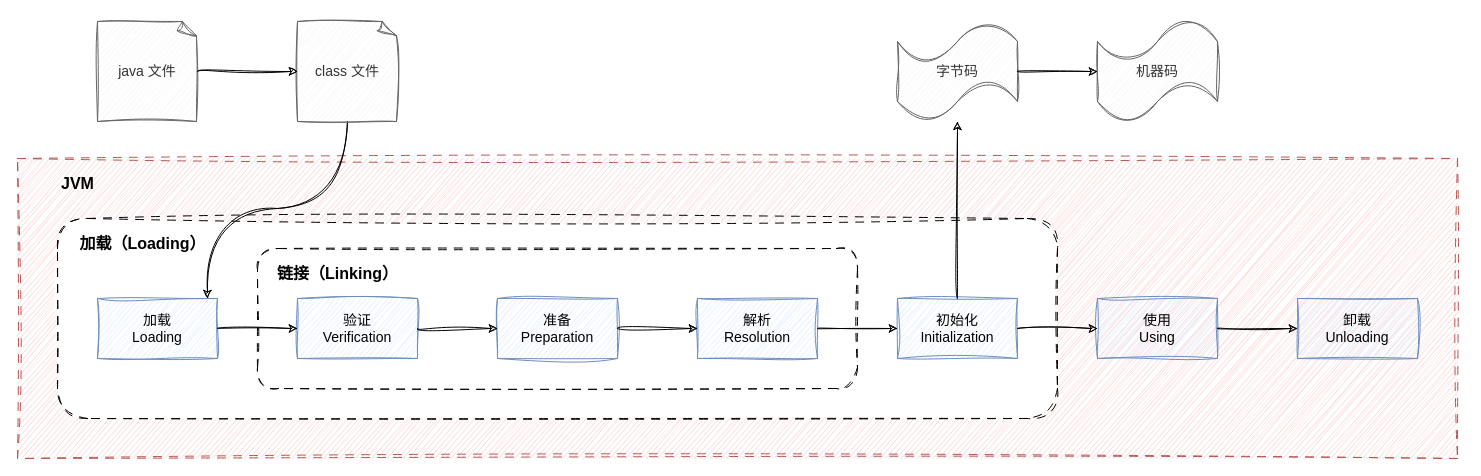
dunwu/waterdrop keeps this draw.io diagram as page "类的生命周期" (5 of 6) of assets/Java/JavaCore/Java虚拟机.drawio. Above is the earlier version. Source tidied: cells renumbered, new cells numbered last; positions are measured from the earlier drawing's top-left corner, leaving out a move shared by most shapes. Both pictures are drawn from the tidied source at 100%, with x=0, y=0 at pixel (17, 21).
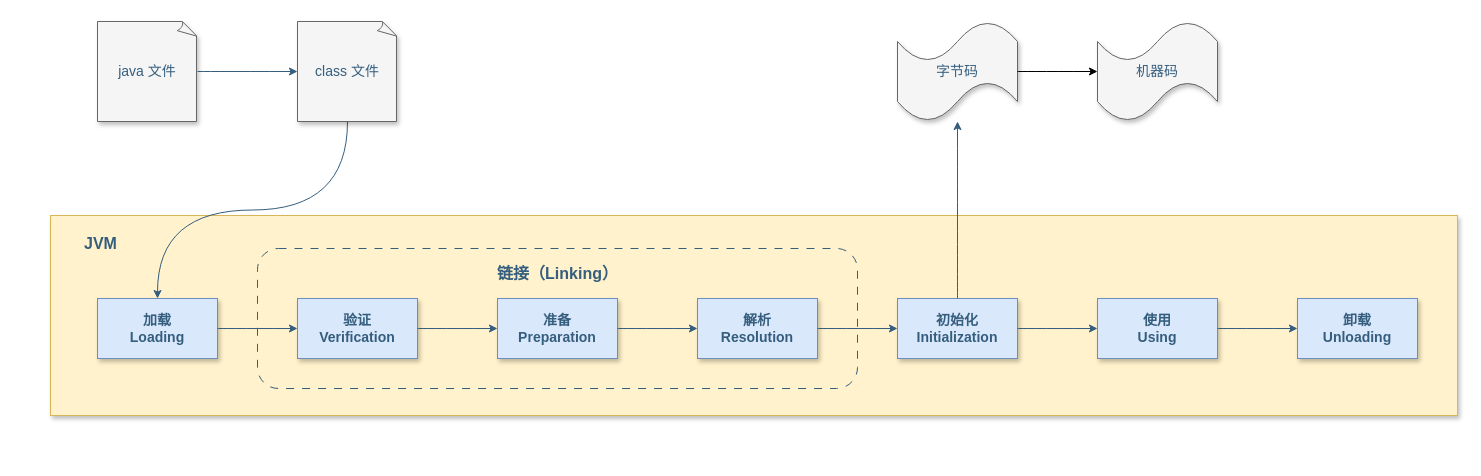
The same diagram, later.

Change to the diagram source:
```diff
@@
-    <mxCell id="2" style="group;" parent="1" vertex="1">
-      <mxGeometry width="1440" height="437" as="geometry" />
-    </mxCell>
-    <mxCell id="3" style="rounded=0;whiteSpace=wrap;html=1;sketch=1;curveFitting=1;jiggle=2;dashed=1;dashPattern=8 8;fillColor=#f8cecc;strokeColor=#b85450;fontSize=14;" parent="2" vertex="1">
-      <mxGeometry y="137" width="1440" height="300" as="geometry" />
+    <mxCell id="3" style="rounded=0;whiteSpace=wrap;html=1;fillColor=#fff2cc;strokeColor=#d6b656;fontSize=14;shadow=1;fontStyle=1;" parent="1" vertex="1">
+      <mxGeometry x="33" y="194" width="1407" height="200" as="geometry" />
     </mxCell>
-    <mxCell id="4" style="rounded=1;whiteSpace=wrap;html=1;sketch=1;curveFitting=1;jiggle=2;dashed=1;dashPattern=8 8;fontSize=14;" parent="2" vertex="1">
-      <mxGeometry x="40" y="197" width="1000" height="200" as="geometry" />
-    </mxCell>
-    <mxCell id="5" style="rounded=1;whiteSpace=wrap;html=1;sketch=1;curveFitting=1;jiggle=2;dashed=1;dashPattern=8 8;fontSize=14;" parent="2" vertex="1">
+    <mxCell id="5" style="rounded=1;whiteSpace=wrap;html=1;dashed=1;dashPattern=8 8;fontSize=14;fillColor=none;strokeColor=#355E7E;fontColor=#355E7E;fontStyle=1;" parent="1" vertex="1">
       <mxGeometry x="240" y="227" width="600" height="140" as="geometry" />
     </mxCell>
-    <mxCell id="6" value="&lt;div style=&quot;font-size: 14px;&quot;&gt;加载&lt;/div&gt;&lt;div style=&quot;font-size: 14px;&quot;&gt;Loading&lt;/div&gt;" style="rounded=0;whiteSpace=wrap;html=1;fontSize=14;fillColor=#dae8fc;strokeColor=#6c8ebf;sketch=1;curveFitting=1;jiggle=2;" parent="2" vertex="1">
+    <mxCell id="6" value="&lt;div style=&quot;font-size: 14px;&quot;&gt;加载&lt;/div&gt;&lt;div style=&quot;font-size: 14px;&quot;&gt;Loading&lt;/div&gt;" style="rounded=0;whiteSpace=wrap;html=1;fontSize=14;fillColor=#dae8fc;strokeColor=#6c8ebf;shadow=1;fontColor=#355E7E;fontStyle=1;" parent="1" vertex="1">
       <mxGeometry x="80" y="277" width="120" height="60" as="geometry" />
     </mxCell>
-    <mxCell id="7" value="&lt;div style=&quot;font-size: 14px;&quot;&gt;&lt;div style=&quot;font-size: 14px;&quot;&gt;验证&lt;/div&gt;&lt;div style=&quot;font-size: 14px;&quot;&gt;Verification&lt;/div&gt;&lt;/div&gt;" style="rounded=0;whiteSpace=wrap;html=1;fontSize=14;fillColor=#dae8fc;strokeColor=#6c8ebf;sketch=1;curveFitting=1;jiggle=2;" parent="2" vertex="1">
+    <mxCell id="7" value="&lt;div style=&quot;font-size: 14px;&quot;&gt;&lt;div style=&quot;font-size: 14px;&quot;&gt;验证&lt;/div&gt;&lt;div style=&quot;font-size: 14px;&quot;&gt;Verification&lt;/div&gt;&lt;/div&gt;" style="rounded=0;whiteSpace=wrap;html=1;fontSize=14;fillColor=#dae8fc;strokeColor=#6c8ebf;shadow=1;fontColor=#355E7E;fontStyle=1;" parent="1" vertex="1">
       <mxGeometry x="280" y="277" width="120" height="60" as="geometry" />
     </mxCell>
-    <mxCell id="8" style="edgeStyle=orthogonalEdgeStyle;jettySize=auto;html=1;exitX=1;exitY=0.5;exitDx=0;exitDy=0;entryX=0;entryY=0.5;entryDx=0;entryDy=0;fontSize=14;curved=1;sketch=1;curveFitting=1;jiggle=2;" parent="2" edge="1" source="6" target="7">
+    <mxCell id="8" style="edgeStyle=orthogonalEdgeStyle;jettySize=auto;html=1;exitX=1;exitY=0.5;exitDx=0;exitDy=0;entryX=0;entryY=0.5;entryDx=0;entryDy=0;fontSize=14;curved=1;fontColor=#355E7E;strokeColor=#355E7E;fontStyle=1;" parent="1" edge="1" source="6" target="7">
       <mxGeometry relative="1" as="geometry" />
     </mxCell>
-    <mxCell id="9" value="&lt;div style=&quot;font-size: 14px;&quot;&gt;&lt;div style=&quot;font-size: 14px;&quot;&gt;准备&lt;/div&gt;&lt;div style=&quot;font-size: 14px;&quot;&gt;Preparation&lt;/div&gt;&lt;/div&gt;" style="rounded=0;whiteSpace=wrap;html=1;fontSize=14;fillColor=#dae8fc;strokeColor=#6c8ebf;sketch=1;curveFitting=1;jiggle=2;" parent="2" vertex="1">
+    <mxCell id="9" value="&lt;div style=&quot;font-size: 14px;&quot;&gt;&lt;div style=&quot;font-size: 14px;&quot;&gt;准备&lt;/div&gt;&lt;div style=&quot;font-size: 14px;&quot;&gt;Preparation&lt;/div&gt;&lt;/div&gt;" style="rounded=0;whiteSpace=wrap;html=1;fontSize=14;fillColor=#dae8fc;strokeColor=#6c8ebf;shadow=1;fontColor=#355E7E;fontStyle=1;" parent="1" vertex="1">
       <mxGeometry x="480" y="277" width="120" height="60" as="geometry" />
     </mxCell>
-    <mxCell id="10" style="edgeStyle=orthogonalEdgeStyle;jettySize=auto;html=1;exitX=1;exitY=0.5;exitDx=0;exitDy=0;fontSize=14;curved=1;sketch=1;curveFitting=1;jiggle=2;" parent="2" edge="1" source="7" target="9">
+    <mxCell id="10" style="edgeStyle=orthogonalEdgeStyle;jettySize=auto;html=1;exitX=1;exitY=0.5;exitDx=0;exitDy=0;fontSize=14;curved=1;fontColor=#355E7E;strokeColor=#355E7E;fontStyle=1;" parent="1" edge="1" source="7" target="9">
       <mxGeometry relative="1" as="geometry" />
     </mxCell>
-    <mxCell id="11" value="&lt;div style=&quot;font-size: 14px;&quot;&gt;&lt;div style=&quot;font-size: 14px;&quot;&gt;解析&lt;/div&gt;&lt;div style=&quot;font-size: 14px;&quot;&gt;Resolution&lt;/div&gt;&lt;/div&gt;" style="rounded=0;whiteSpace=wrap;html=1;fontSize=14;fillColor=#dae8fc;strokeColor=#6c8ebf;sketch=1;curveFitting=1;jiggle=2;" parent="2" vertex="1">
+    <mxCell id="11" value="&lt;div style=&quot;font-size: 14px;&quot;&gt;&lt;div style=&quot;font-size: 14px;&quot;&gt;解析&lt;/div&gt;&lt;div style=&quot;font-size: 14px;&quot;&gt;Resolution&lt;/div&gt;&lt;/div&gt;" style="rounded=0;whiteSpace=wrap;html=1;fontSize=14;fillColor=#dae8fc;strokeColor=#6c8ebf;shadow=1;fontColor=#355E7E;fontStyle=1;" parent="1" vertex="1">
       <mxGeometry x="680" y="277" width="120" height="60" as="geometry" />
     </mxCell>
-    <mxCell id="12" style="edgeStyle=orthogonalEdgeStyle;jettySize=auto;html=1;exitX=1;exitY=0.5;exitDx=0;exitDy=0;entryX=0;entryY=0.5;entryDx=0;entryDy=0;fontSize=14;curved=1;sketch=1;curveFitting=1;jiggle=2;" parent="2" edge="1" source="9" target="11">
+    <mxCell id="12" style="edgeStyle=orthogonalEdgeStyle;jettySize=auto;html=1;exitX=1;exitY=0.5;exitDx=0;exitDy=0;entryX=0;entryY=0.5;entryDx=0;entryDy=0;fontSize=14;curved=1;fontColor=#355E7E;strokeColor=#355E7E;fontStyle=1;" parent="1" edge="1" source="9" target="11">
       <mxGeometry relative="1" as="geometry" />
     </mxCell>
-    <mxCell id="13" value="&lt;div style=&quot;font-size: 14px;&quot;&gt;&lt;div style=&quot;font-size: 14px;&quot;&gt;初始化&lt;/div&gt;&lt;div style=&quot;font-size: 14px;&quot;&gt;Initialization&lt;/div&gt;&lt;/div&gt;" style="rounded=0;whiteSpace=wrap;html=1;fontSize=14;fillColor=#dae8fc;strokeColor=#6c8ebf;sketch=1;curveFitting=1;jiggle=2;" parent="2" vertex="1">
+    <mxCell id="13" value="&lt;div style=&quot;font-size: 14px;&quot;&gt;&lt;div style=&quot;font-size: 14px;&quot;&gt;初始化&lt;/div&gt;&lt;div style=&quot;font-size: 14px;&quot;&gt;Initialization&lt;/div&gt;&lt;/div&gt;" style="rounded=0;whiteSpace=wrap;html=1;fontSize=14;fillColor=#dae8fc;strokeColor=#6c8ebf;shadow=1;fontColor=#355E7E;fontStyle=1;" parent="1" vertex="1">
       <mxGeometry x="880" y="277" width="120" height="60" as="geometry" />
     </mxCell>
-    <mxCell id="14" style="edgeStyle=orthogonalEdgeStyle;jettySize=auto;html=1;exitX=1;exitY=0.5;exitDx=0;exitDy=0;entryX=0;entryY=0.5;entryDx=0;entryDy=0;fontSize=14;curved=1;sketch=1;curveFitting=1;jiggle=2;" parent="2" edge="1" source="11" target="13">
+    <mxCell id="14" style="edgeStyle=orthogonalEdgeStyle;jettySize=auto;html=1;exitX=1;exitY=0.5;exitDx=0;exitDy=0;entryX=0;entryY=0.5;entryDx=0;entryDy=0;fontSize=14;curved=1;fontColor=#355E7E;strokeColor=#355E7E;fontStyle=1;" parent="1" edge="1" source="11" target="13">
       <mxGeometry relative="1" as="geometry" />
     </mxCell>
-    <mxCell id="15" value="&lt;div style=&quot;font-size: 14px;&quot;&gt;使用&lt;/div&gt;&lt;div style=&quot;font-size: 14px;&quot;&gt;Using&lt;/div&gt;" style="rounded=0;whiteSpace=wrap;html=1;fontSize=14;fillColor=#dae8fc;strokeColor=#6c8ebf;sketch=1;curveFitting=1;jiggle=2;" parent="2" vertex="1">
+    <mxCell id="15" value="&lt;div style=&quot;font-size: 14px;&quot;&gt;使用&lt;/div&gt;&lt;div style=&quot;font-size: 14px;&quot;&gt;Using&lt;/div&gt;" style="rounded=0;whiteSpace=wrap;html=1;fontSize=14;fillColor=#dae8fc;strokeColor=#6c8ebf;shadow=1;fontColor=#355E7E;fontStyle=1;" parent="1" vertex="1">
       <mxGeometry x="1080" y="277" width="120" height="60" as="geometry" />
     </mxCell>
-    <mxCell id="16" style="edgeStyle=orthogonalEdgeStyle;jettySize=auto;html=1;exitX=1;exitY=0.5;exitDx=0;exitDy=0;entryX=0;entryY=0.5;entryDx=0;entryDy=0;fontSize=14;curved=1;sketch=1;curveFitting=1;jiggle=2;" parent="2" edge="1" source="13" target="15">
+    <mxCell id="16" style="edgeStyle=orthogonalEdgeStyle;jettySize=auto;html=1;exitX=1;exitY=0.5;exitDx=0;exitDy=0;entryX=0;entryY=0.5;entryDx=0;entryDy=0;fontSize=14;curved=1;fontColor=#355E7E;strokeColor=#355E7E;fontStyle=1;" parent="1" edge="1" source="13" target="15">
       <mxGeometry relative="1" as="geometry" />
     </mxCell>
-    <mxCell id="17" value="&lt;div style=&quot;font-size: 14px;&quot;&gt;卸载&lt;/div&gt;&lt;div style=&quot;font-size: 14px;&quot;&gt;Unloading&lt;/div&gt;" style="rounded=0;whiteSpace=wrap;html=1;fontSize=14;fillColor=#dae8fc;strokeColor=#6c8ebf;sketch=1;curveFitting=1;jiggle=2;" parent="2" vertex="1">
+    <mxCell id="17" value="&lt;div style=&quot;font-size: 14px;&quot;&gt;卸载&lt;/div&gt;&lt;div style=&quot;font-size: 14px;&quot;&gt;Unloading&lt;/div&gt;" style="rounded=0;whiteSpace=wrap;html=1;fontSize=14;fillColor=#dae8fc;strokeColor=#6c8ebf;shadow=1;fontColor=#355E7E;fontStyle=1;" parent="1" vertex="1">
       <mxGeometry x="1280" y="277" width="120" height="60" as="geometry" />
     </mxCell>
-    <mxCell id="18" style="edgeStyle=orthogonalEdgeStyle;jettySize=auto;html=1;exitX=1;exitY=0.5;exitDx=0;exitDy=0;entryX=0;entryY=0.5;entryDx=0;entryDy=0;fontSize=14;curved=1;sketch=1;curveFitting=1;jiggle=2;" parent="2" edge="1" source="15" target="17">
+    <mxCell id="18" style="edgeStyle=orthogonalEdgeStyle;jettySize=auto;html=1;exitX=1;exitY=0.5;exitDx=0;exitDy=0;entryX=0;entryY=0.5;entryDx=0;entryDy=0;fontSize=14;curved=1;fontColor=#355E7E;strokeColor=#355E7E;fontStyle=1;" parent="1" edge="1" source="15" target="17">
       <mxGeometry relative="1" as="geometry" />
     </mxCell>
-    <mxCell id="19" value="链接（Linking）" style="text;html=1;align=center;verticalAlign=middle;strokeColor=none;fillColor=none;fontSize=16;fontStyle=1;" parent="2" vertex="1">
-      <mxGeometry x="250" y="237" width="140" height="30" as="geometry" />
+    <mxCell id="19" value="链接（Linking）" style="text;html=1;align=center;verticalAlign=middle;strokeColor=none;fillColor=none;fontSize=16;fontStyle=1;fontColor=#355E7E;" parent="1" vertex="1">
+      <mxGeometry x="470" y="237" width="140" height="30" as="geometry" />
     </mxCell>
-    <mxCell id="20" value="JVM" style="text;html=1;align=center;verticalAlign=middle;strokeColor=none;fillColor=none;fontSize=16;fontStyle=1;" parent="2" vertex="1">
-      <mxGeometry x="30" y="147" width="60" height="30" as="geometry" />
+    <mxCell id="20" value="JVM" style="text;html=1;align=center;verticalAlign=middle;strokeColor=none;fillColor=none;fontSize=16;fontStyle=1;fontColor=#355E7E;" parent="1" vertex="1">
+      <mxGeometry x="53" y="207" width="60" height="30" as="geometry" />
     </mxCell>
-    <mxCell id="21" value="加载（Loading）" style="text;html=1;align=center;verticalAlign=middle;strokeColor=none;fillColor=none;fontSize=16;fontStyle=1;" parent="2" vertex="1">
-      <mxGeometry x="50" y="207" width="150" height="30" as="geometry" />
-    </mxCell>
-    <mxCell id="22" value="java 文件" style="whiteSpace=wrap;html=1;shape=mxgraph.basic.document;rounded=1;sketch=1;jiggle=2;curveFitting=1;strokeColor=#666666;align=center;verticalAlign=middle;fontFamily=Helvetica;fontSize=14;fontColor=#333333;fillColor=#f5f5f5;" parent="2" vertex="1">
+    <mxCell id="22" value="java 文件" style="whiteSpace=wrap;html=1;shape=mxgraph.basic.document;rounded=1;strokeColor=#666666;align=center;verticalAlign=middle;fontFamily=Helvetica;fontSize=14;fontColor=#355E7E;fillColor=#f5f5f5;shadow=1;" parent="1" vertex="1">
       <mxGeometry x="80" width="100" height="100" as="geometry" />
     </mxCell>
-    <mxCell id="23" style="edgeStyle=orthogonalEdgeStyle;jettySize=auto;html=1;exitX=0.5;exitY=1;exitDx=0;exitDy=0;exitPerimeter=0;curved=1;fontSize=14;sketch=1;curveFitting=1;jiggle=2;" parent="2" edge="1" source="24" target="6">
-      <mxGeometry relative="1" as="geometry">
-        <Array as="points">
-          <mxPoint x="330" y="187" />
-          <mxPoint x="190" y="187" />
-        </Array>
-      </mxGeometry>
+    <mxCell id="23" style="edgeStyle=orthogonalEdgeStyle;shape=connector;curved=1;rounded=1;jettySize=auto;html=1;labelBackgroundColor=default;strokeColor=#355E7E;align=center;verticalAlign=middle;fontFamily=Helvetica;fontSize=14;fontColor=#355E7E;endArrow=classic;exitX=0.5;exitY=1;exitDx=0;exitDy=0;exitPerimeter=0;" parent="1" edge="1" source="24" target="6">
+      <mxGeometry relative="1" as="geometry" />
     </mxCell>
-    <mxCell id="24" value="class 文件" style="whiteSpace=wrap;html=1;shape=mxgraph.basic.document;rounded=1;sketch=1;jiggle=2;curveFitting=1;strokeColor=#666666;align=center;verticalAlign=middle;fontFamily=Helvetica;fontSize=14;fontColor=#333333;fillColor=#f5f5f5;" parent="2" vertex="1">
+    <mxCell id="24" value="class 文件" style="whiteSpace=wrap;html=1;shape=mxgraph.basic.document;rounded=1;strokeColor=#666666;align=center;verticalAlign=middle;fontFamily=Helvetica;fontSize=14;fontColor=#355E7E;fillColor=#f5f5f5;shadow=1;" parent="1" vertex="1">
       <mxGeometry x="280" width="100" height="100" as="geometry" />
     </mxCell>
-    <mxCell id="25" style="edgeStyle=orthogonalEdgeStyle;jettySize=auto;html=1;exitX=1;exitY=0.5;exitDx=0;exitDy=0;exitPerimeter=0;fontSize=14;curved=1;sketch=1;curveFitting=1;jiggle=2;" parent="2" edge="1" source="22" target="24">
+    <mxCell id="25" style="edgeStyle=orthogonalEdgeStyle;jettySize=auto;html=1;exitX=1;exitY=0.5;exitDx=0;exitDy=0;exitPerimeter=0;fontSize=14;curved=1;fontColor=#355E7E;strokeColor=#355E7E;" parent="1" edge="1" source="22" target="24">
       <mxGeometry relative="1" as="geometry" />
     </mxCell>
-    <mxCell id="26" style="edgeStyle=orthogonalEdgeStyle;jettySize=auto;html=1;exitX=0.5;exitY=0;exitDx=0;exitDy=0;fontSize=14;curved=1;sketch=1;curveFitting=1;jiggle=2;" parent="2" edge="1" source="13" target="27">
+    <mxCell id="26" style="edgeStyle=orthogonalEdgeStyle;jettySize=auto;html=1;exitX=0.5;exitY=0;exitDx=0;exitDy=0;fontSize=14;curved=1;fontColor=#355E7E;strokeColor=#355E7E;" parent="1" edge="1" source="13" target="27">
       <mxGeometry relative="1" as="geometry" />
     </mxCell>
-    <mxCell id="27" value="字节码" style="shape=tape;whiteSpace=wrap;html=1;fontSize=14;fillColor=#f5f5f5;fontColor=#333333;strokeColor=#666666;sketch=1;curveFitting=1;jiggle=2;" parent="2" vertex="1">
+    <mxCell id="27" value="字节码" style="shape=tape;whiteSpace=wrap;html=1;fontSize=14;fillColor=#f5f5f5;fontColor=#355E7E;strokeColor=#666666;shadow=1;" parent="1" vertex="1">
       <mxGeometry x="880" width="120" height="100" as="geometry" />
     </mxCell>
-    <mxCell id="28" value="机器码" style="shape=tape;whiteSpace=wrap;html=1;fontSize=14;fillColor=#f5f5f5;fontColor=#333333;strokeColor=#666666;sketch=1;curveFitting=1;jiggle=2;" parent="2" vertex="1">
+    <mxCell id="28" value="机器码" style="shape=tape;whiteSpace=wrap;html=1;fontSize=14;fillColor=#f5f5f5;fontColor=#355E7E;strokeColor=#666666;shadow=1;" parent="1" vertex="1">
       <mxGeometry x="1080" width="120" height="100" as="geometry" />
     </mxCell>
-    <mxCell id="29" style="edgeStyle=orthogonalEdgeStyle;jettySize=auto;html=1;exitX=1;exitY=0.5;exitDx=0;exitDy=0;exitPerimeter=0;entryX=0;entryY=0.5;entryDx=0;entryDy=0;entryPerimeter=0;curved=1;sketch=1;curveFitting=1;jiggle=2;" parent="2" edge="1" source="27" target="28">
+    <mxCell id="29" style="edgeStyle=orthogonalEdgeStyle;jettySize=auto;html=1;exitX=1;exitY=0.5;exitDx=0;exitDy=0;exitPerimeter=0;entryX=0;entryY=0.5;entryDx=0;entryDy=0;entryPerimeter=0;curved=1;fontColor=#355E7E;" parent="1" edge="1" source="27" target="28">
       <mxGeometry relative="1" as="geometry" />
     </mxCell>
```
